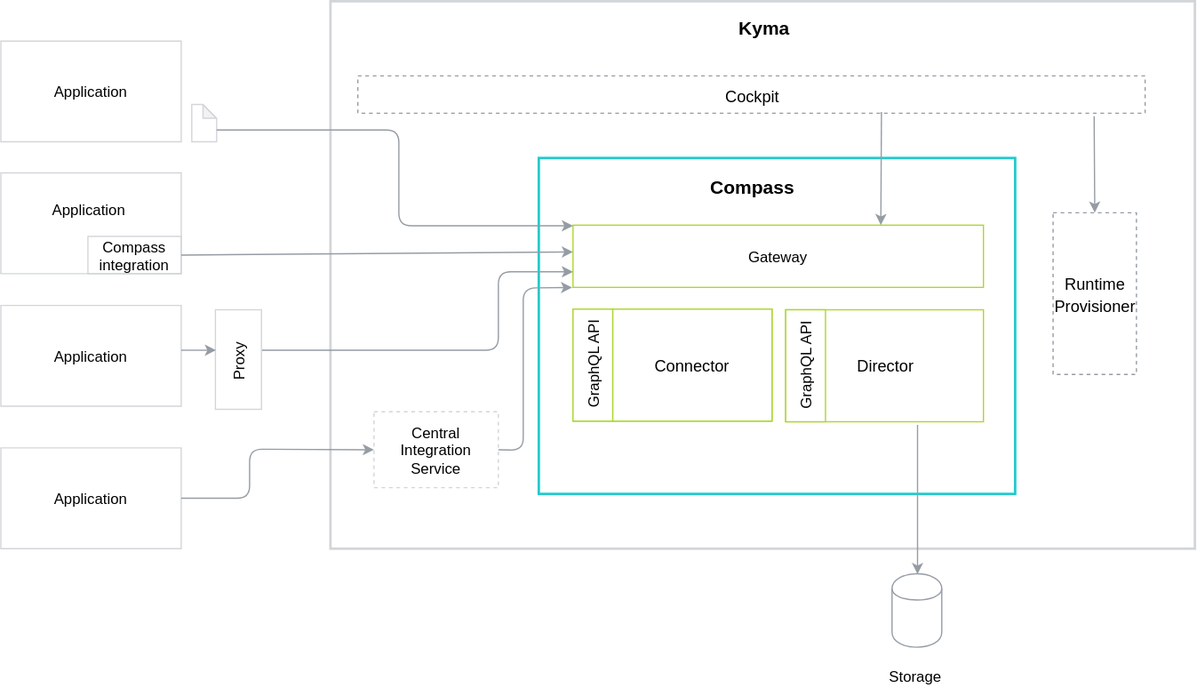
The draw.io diagram docs/compass/assets/components.svg in kyma-project/kyma, before a commit. Source tidied: cells renumbered, new cells last; positions are measured from the earlier drawing's top-left corner, leaving out a move shared by most shapes.
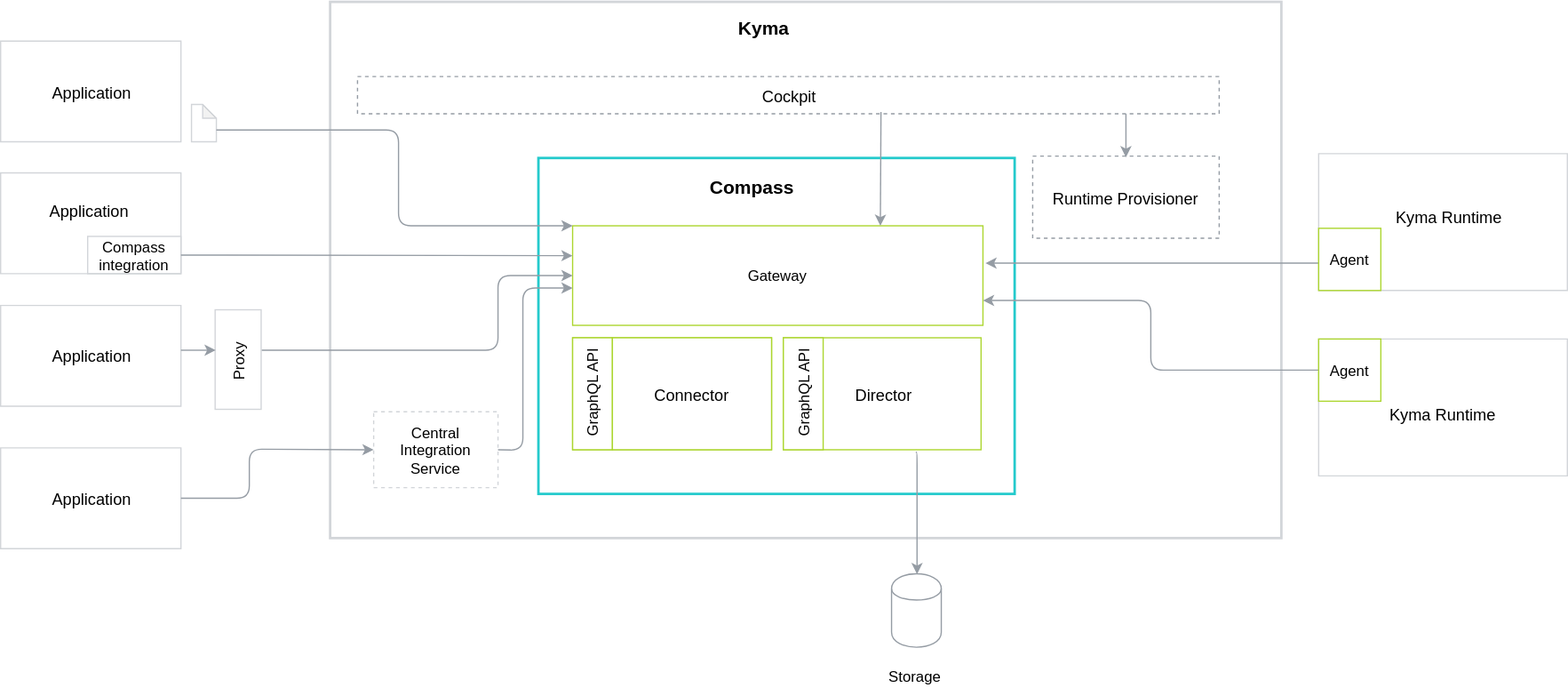
Later version of the same file.

Commit message:
Restructure architecture docs and overview

Change to the diagram source:
```diff
@@ -3,13 +3,13 @@
     <mxCell id="0" />
     <mxCell id="1" parent="0" />
     <mxCell id="2" style="rounded=0;whiteSpace=wrap;html=1;labelBackgroundColor=none;strokeColor=#D2D5D9;strokeWidth=2;fillColor=#FFFFFF;gradientColor=none;fontFamily=Helvetica;fontSize=15;fontColor=#000000;" parent="1" vertex="1">
-      <mxGeometry x="265" y="-0.5" width="695" height="440" as="geometry" />
+      <mxGeometry x="265" width="765" height="431" as="geometry" />
     </mxCell>
     <mxCell id="3" style="rounded=0;whiteSpace=wrap;html=1;labelBackgroundColor=none;strokeColor=#24CACC;strokeWidth=2;fillColor=#FFFFFF;gradientColor=none;fontFamily=Helvetica;fontSize=15;fontColor=#000000;" parent="1" vertex="1">
       <mxGeometry x="432.5" y="125.5" width="383" height="270" as="geometry" />
     </mxCell>
     <mxCell id="4" style="group;strokeColor=#ACD62F;" parent="1" vertex="1">
-      <mxGeometry x="460" y="247" width="160" height="90" as="geometry" />
+      <mxGeometry x="460" y="270" width="160" height="90" as="geometry" />
     </mxCell>
     <mxCell id="5" value="&lt;font style=&quot;font-size: 12px;&quot;&gt;GraphQL API&lt;br style=&quot;font-size: 12px;&quot;&gt;&lt;/font&gt;" style="rounded=0;whiteSpace=wrap;html=1;labelBackgroundColor=none;strokeColor=#ACD62F;strokeWidth=1;fillColor=#FFFFFF;gradientColor=none;fontFamily=Helvetica;fontSize=12;fontColor=#000000;horizontal=0;" parent="4" vertex="1">
       <mxGeometry width="32" height="90" as="geometry" />
@@ -30,41 +30,32 @@
       <mxGeometry y="71" width="40" height="20" as="geometry" />
     </mxCell>
     <mxCell id="11" value="&lt;font style=&quot;font-size: 13px&quot;&gt;Cockpit&lt;br&gt;&lt;/font&gt;" style="rounded=0;whiteSpace=wrap;html=1;labelBackgroundColor=none;strokeColor=#959CA4;strokeWidth=1;fillColor=#FFFFFF;gradientColor=none;fontFamily=Helvetica;fontSize=15;fontColor=#000000;dashed=1;" parent="1" vertex="1">
-      <mxGeometry x="287" y="59.5" width="633" height="30" as="geometry" />
+      <mxGeometry x="287" y="60" width="693" height="30" as="geometry" />
     </mxCell>
     <mxCell id="12" value="&lt;b&gt;Kyma&lt;br&gt;&lt;/b&gt;" style="text;html=1;strokeColor=none;fillColor=none;align=center;verticalAlign=middle;whiteSpace=wrap;rounded=0;labelBackgroundColor=none;fontFamily=Helvetica;fontSize=15;fontColor=#000000;" parent="1" vertex="1">
       <mxGeometry x="543.5" y="2.5" width="138" height="37" as="geometry" />
     </mxCell>
-    <mxCell id="13" style="edgeStyle=orthogonalEdgeStyle;jettySize=auto;html=1;entryX=0.5;entryY=0;entryDx=0;entryDy=0;startFill=0;strokeColor=#959CA4;strokeWidth=1;fontSize=15;" parent="1" edge="1" target="9">
+    <mxCell id="13" style="edgeStyle=orthogonalEdgeStyle;jettySize=auto;html=1;entryX=0.5;entryY=0;entryDx=0;entryDy=0;startFill=0;strokeColor=#959CA4;strokeWidth=1;fontSize=15;exitX=0.67;exitY=1.017;exitDx=0;exitDy=0;exitPerimeter=0;" parent="1" edge="1" source="19" target="9">
       <mxGeometry relative="1" as="geometry">
-        <mxPoint x="737" y="340" as="sourcePoint" />
         <Array as="points">
-          <mxPoint x="737" y="400" />
+          <mxPoint x="737" y="362" />
         </Array>
       </mxGeometry>
     </mxCell>
-    <mxCell id="14" style="rounded=1;jettySize=auto;html=1;exitX=0.5;exitY=0;exitDx=0;exitDy=0;startArrow=classic;startFill=1;endArrow=none;endFill=0;strokeColor=#959CA4;" parent="1" edge="1" source="15">
-      <mxGeometry relative="1" as="geometry">
-        <mxPoint x="879" y="92" as="targetPoint" />
-        <Array as="points">
-          <mxPoint x="879" y="92" />
-        </Array>
-      </mxGeometry>
-    </mxCell>
     <mxCell id="15" value="&lt;font style=&quot;font-size: 13px&quot;&gt;Runtime Provisioner&lt;br&gt;&lt;/font&gt;" style="rounded=0;whiteSpace=wrap;html=1;labelBackgroundColor=none;strokeColor=#959CA4;strokeWidth=1;fillColor=#FFFFFF;gradientColor=none;fontFamily=Helvetica;fontSize=15;fontColor=#000000;dashed=1;" parent="1" vertex="1">
-      <mxGeometry x="846" y="169.5" width="67" height="130" as="geometry" />
+      <mxGeometry x="830" y="124" width="150" height="66" as="geometry" />
     </mxCell>
-    <mxCell id="16" value="Application" style="shape=parallelogram;perimeter=parallelogramPerimeter;whiteSpace=wrap;html=1;size=0;strokeColor=#D2D5D9;" parent="1" vertex="1">
+    <mxCell id="16" value="&lt;font style=&quot;font-size: 13px&quot;&gt;Application&lt;/font&gt;" style="shape=parallelogram;perimeter=parallelogramPerimeter;whiteSpace=wrap;html=1;size=0;strokeColor=#D2D5D9;" parent="1" vertex="1">
       <mxGeometry y="31.5" width="145" height="81" as="geometry" />
     </mxCell>
     <mxCell id="17" style="shape=note;whiteSpace=wrap;html=1;backgroundOutline=1;darkOpacity=0.05;fillColor=none;fontSize=8;size=11;strokeColor=#D2D5D9;" parent="1" vertex="1">
       <mxGeometry x="153.5" y="82.5" width="20" height="30" as="geometry" />
     </mxCell>
     <mxCell id="18" value="Gateway" style="rounded=0;whiteSpace=wrap;html=1;strokeColor=#ACD62F;fillColor=none;" parent="1" vertex="1">
-      <mxGeometry x="460" y="179.5" width="330" height="50" as="geometry" />
+      <mxGeometry x="460" y="180" width="330" height="80" as="geometry" />
     </mxCell>
     <mxCell id="19" value="&lt;font style=&quot;font-size: 13px&quot;&gt;Director&lt;/font&gt;" style="rounded=0;whiteSpace=wrap;html=1;strokeColor=#ACD62F;fillColor=none;" parent="1" vertex="1">
-      <mxGeometry x="631" y="247.5" width="159" height="90" as="geometry" />
+      <mxGeometry x="629.5" y="270" width="159" height="90" as="geometry" />
     </mxCell>
     <mxCell id="20" value="Central Integration&lt;br&gt;Service" style="rounded=0;whiteSpace=wrap;html=1;strokeColor=#D2D5D9;strokeWidth=1;dashed=1;" parent="1" vertex="1">
       <mxGeometry x="300" y="329.5" width="100" height="61" as="geometry" />
@@ -72,16 +63,16 @@
     <mxCell id="21" style="shape=parallelogram;perimeter=parallelogramPerimeter;whiteSpace=wrap;html=1;size=0;strokeColor=#D2D5D9;" parent="1" vertex="1">
       <mxGeometry y="137.5" width="145" height="81" as="geometry" />
     </mxCell>
-    <mxCell id="22" value="Application" style="shape=parallelogram;perimeter=parallelogramPerimeter;whiteSpace=wrap;html=1;size=0;strokeColor=#D2D5D9;" parent="1" vertex="1">
+    <mxCell id="22" value="&lt;font style=&quot;font-size: 13px&quot;&gt;Application&lt;/font&gt;" style="shape=parallelogram;perimeter=parallelogramPerimeter;whiteSpace=wrap;html=1;size=0;strokeColor=#D2D5D9;" parent="1" vertex="1">
       <mxGeometry y="244" width="145" height="81" as="geometry" />
     </mxCell>
-    <mxCell id="23" value="Application" style="shape=parallelogram;perimeter=parallelogramPerimeter;whiteSpace=wrap;html=1;size=0;strokeColor=#D2D5D9;" parent="1" vertex="1">
+    <mxCell id="23" value="&lt;font style=&quot;font-size: 13px&quot;&gt;Application&lt;/font&gt;" style="shape=parallelogram;perimeter=parallelogramPerimeter;whiteSpace=wrap;html=1;size=0;strokeColor=#D2D5D9;" parent="1" vertex="1">
       <mxGeometry y="358.5" width="145" height="81" as="geometry" />
     </mxCell>
     <mxCell id="24" value="Compass&lt;br&gt;integration" style="rounded=0;whiteSpace=wrap;html=1;strokeColor=#D2D5D9;strokeWidth=1;fillColor=none;" parent="1" vertex="1">
       <mxGeometry x="70" y="188.5" width="75" height="30" as="geometry" />
     </mxCell>
-    <mxCell id="25" value="Application" style="text;html=1;strokeColor=none;fillColor=none;align=center;verticalAlign=middle;whiteSpace=wrap;rounded=0;" parent="1" vertex="1">
+    <mxCell id="25" value="&lt;font style=&quot;font-size: 13px&quot;&gt;Application&lt;/font&gt;" style="text;html=1;strokeColor=none;fillColor=none;align=center;verticalAlign=middle;whiteSpace=wrap;rounded=0;" parent="1" vertex="1">
       <mxGeometry x="50" y="157" width="40" height="20" as="geometry" />
     </mxCell>
     <mxCell id="26" style="rounded=0;whiteSpace=wrap;html=1;strokeColor=#D2D5D9;strokeWidth=1;fillColor=none;spacing=4;" parent="1" vertex="1">
@@ -107,20 +98,23 @@
         </Array>
       </mxGeometry>
     </mxCell>
-    <mxCell id="30" style="endArrow=classic;html=1;strokeColor=#959CA4;exitX=1;exitY=0.5;exitDx=0;exitDy=0;entryX=0;entryY=0.43;entryDx=0;entryDy=0;entryPerimeter=0;" parent="1" edge="1" source="24" target="18">
-      <mxGeometry relative="1" as="geometry" />
+    <mxCell id="30" style="endArrow=classic;html=1;strokeColor=#959CA4;exitX=1;exitY=0.5;exitDx=0;exitDy=0;" parent="1" edge="1" source="24">
+      <mxGeometry relative="1" as="geometry">
+        <mxPoint x="460" y="204" as="targetPoint" />
+      </mxGeometry>
     </mxCell>
-    <mxCell id="31" style="endArrow=classic;html=1;strokeColor=#959CA4;entryX=0;entryY=0.75;entryDx=0;entryDy=0;" parent="1" edge="1" target="18">
+    <mxCell id="31" style="endArrow=classic;html=1;strokeColor=#959CA4;entryX=0;entryY=0.5;entryDx=0;entryDy=0;" parent="1" edge="1" target="18">
       <mxGeometry relative="1" as="geometry">
         <mxPoint x="210" y="280" as="sourcePoint" />
         <Array as="points">
           <mxPoint x="400" y="280" />
-          <mxPoint x="400" y="217" />
+          <mxPoint x="400" y="220" />
         </Array>
       </mxGeometry>
     </mxCell>
-    <mxCell id="32" style="endArrow=classic;html=1;strokeColor=#959CA4;exitX=1;exitY=0.5;exitDx=0;exitDy=0;entryX=-0.002;entryY=1.001;entryDx=0;entryDy=0;entryPerimeter=0;" parent="1" edge="1" source="20" target="18">
+    <mxCell id="32" style="endArrow=classic;html=1;strokeColor=#959CA4;exitX=1;exitY=0.5;exitDx=0;exitDy=0;" parent="1" edge="1" source="20">
       <mxGeometry relative="1" as="geometry">
+        <mxPoint x="460" y="230" as="targetPoint" />
         <Array as="points">
           <mxPoint x="420" y="360.5" />
           <mxPoint x="420" y="230" />
@@ -139,7 +133,36 @@
       </mxGeometry>
     </mxCell>
     <mxCell id="35" value="&lt;font style=&quot;font-size: 12px;&quot;&gt;GraphQL API&lt;br style=&quot;font-size: 12px;&quot;&gt;&lt;/font&gt;" style="rounded=0;whiteSpace=wrap;html=1;labelBackgroundColor=none;strokeColor=#ACD62F;strokeWidth=1;fillColor=#FFFFFF;gradientColor=none;fontFamily=Helvetica;fontSize=12;fontColor=#000000;horizontal=0;" parent="1" vertex="1">
-      <mxGeometry x="631" y="247.5" width="32" height="90" as="geometry" />
+      <mxGeometry x="629.5" y="270" width="32" height="90" as="geometry" />
     </mxCell>
+    <mxCell id="36" style="shape=parallelogram;perimeter=parallelogramPerimeter;whiteSpace=wrap;html=1;size=0;strokeColor=#D2D5D9;" parent="1" vertex="1">
+      <mxGeometry x="1060" y="122" width="200" height="110" as="geometry" />
+    </mxCell>
+    <mxCell id="37" style="shape=parallelogram;perimeter=parallelogramPerimeter;whiteSpace=wrap;html=1;size=0;strokeColor=#D2D5D9;" parent="1" vertex="1">
+      <mxGeometry x="1060" y="271" width="200" height="110" as="geometry" />
+    </mxCell>
+    <mxCell id="38" style="edgeStyle=orthogonalEdgeStyle;rounded=1;jettySize=auto;html=1;exitX=0;exitY=0.56;exitDx=0;exitDy=0;strokeColor=#959CA4;entryX=1.006;entryY=0.375;entryDx=0;entryDy=0;entryPerimeter=0;exitPerimeter=0;" parent="1" edge="1" source="39" target="18">
+      <mxGeometry relative="1" as="geometry" />
+    </mxCell>
+    <mxCell id="39" value="Agent" style="whiteSpace=wrap;html=1;strokeColor=#ACD62F;" parent="1" vertex="1">
+      <mxGeometry x="1060" y="182" width="50" height="50" as="geometry" />
+    </mxCell>
+    <mxCell id="40" style="edgeStyle=orthogonalEdgeStyle;rounded=1;jettySize=auto;html=1;exitX=0;exitY=0.5;exitDx=0;exitDy=0;entryX=1;entryY=0.75;entryDx=0;entryDy=0;strokeColor=#959CA4;" parent="1" edge="1" source="41" target="18">
+      <mxGeometry relative="1" as="geometry" />
+    </mxCell>
+    <mxCell id="41" value="Agent" style="whiteSpace=wrap;html=1;strokeColor=#ACD62F;" parent="1" vertex="1">
+      <mxGeometry x="1060" y="271" width="50" height="50" as="geometry" />
+    </mxCell>
+    <mxCell id="42" value="&lt;font style=&quot;font-size: 13px&quot;&gt;Kyma Runtime&lt;/font&gt;" style="text;html=1;strokeColor=none;fillColor=none;align=center;verticalAlign=middle;whiteSpace=wrap;rounded=0;" parent="1" vertex="1">
+      <mxGeometry x="1110" y="162" width="110" height="20" as="geometry" />
+    </mxCell>
+    <mxCell id="43" value="&lt;font style=&quot;font-size: 13px&quot;&gt;Kyma Runtime&lt;/font&gt;" style="text;html=1;strokeColor=none;fillColor=none;align=center;verticalAlign=middle;whiteSpace=wrap;rounded=0;" parent="1" vertex="1">
+      <mxGeometry x="1110" y="321" width="100" height="20" as="geometry" />
+    </mxCell>
+    <mxCell id="44" style="endArrow=classic;html=1;strokeColor=#959CA4;entryX=0.5;entryY=0.015;entryDx=0;entryDy=0;entryPerimeter=0;" parent="1" edge="1" target="15">
+      <mxGeometry relative="1" as="geometry">
+        <mxPoint x="905" y="90" as="sourcePoint" />
+      </mxGeometry>
+    </mxCell>
   </root>
 </mxGraphModel>
```
